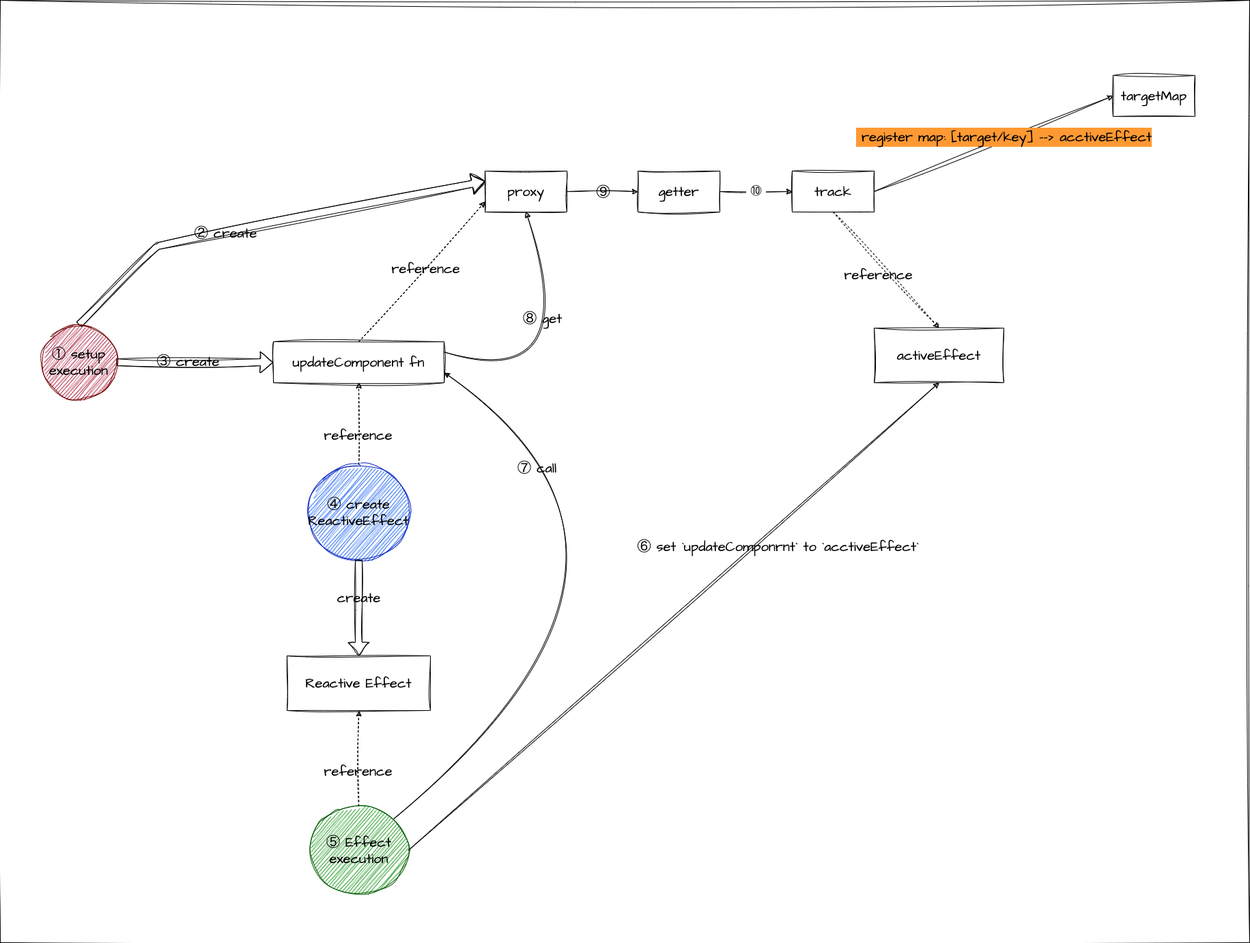
This is book/images/reactivity_create.drawio.png from ubugeeei/chibivue, a draw.io export, as it was before one commit. Source tidied: cells renumbered, new cells last; positions are measured from the earlier drawing's top-left corner, leaving out a move shared by most shapes.
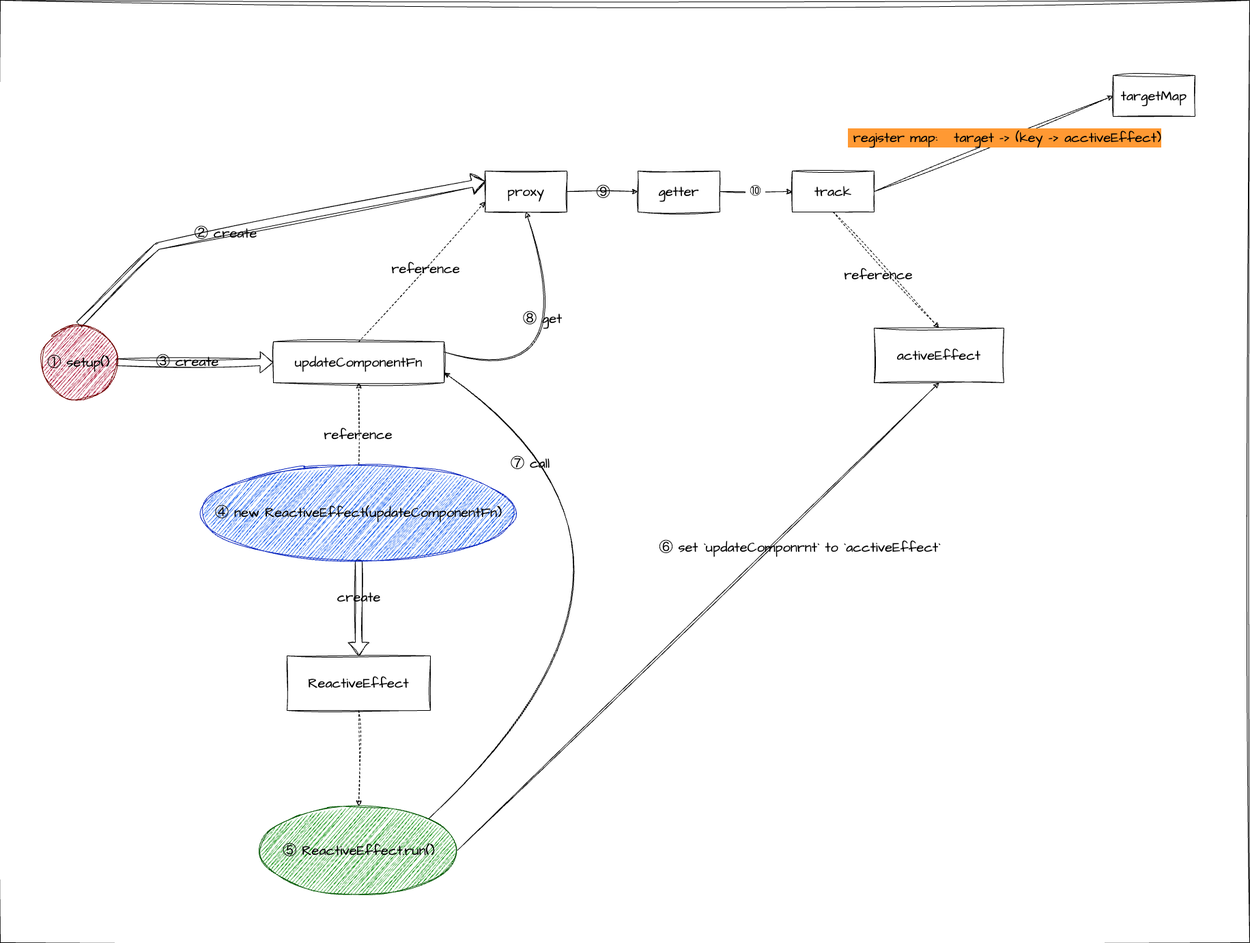
Above is the later version.

Diff of the diagram source:
```diff
@@ -11,7 +11,7 @@
     <mxCell id="4" value="proxy" style="rounded=0;whiteSpace=wrap;html=1;hachureGap=4;fontFamily=Architects Daughter;fontSource=https%3A%2F%2Ffonts.googleapis.com%2Fcss%3Ffamily%3DArchitects%2BDaughter;fontSize=20;sketch=1;curveFitting=1;jiggle=2;" parent="1" vertex="1">
       <mxGeometry x="710" y="250" width="120" height="60" as="geometry" />
     </mxCell>
-    <mxCell id="5" value="updateComponent fn" style="rounded=0;whiteSpace=wrap;html=1;hachureGap=4;fontFamily=Architects Daughter;fontSource=https%3A%2F%2Ffonts.googleapis.com%2Fcss%3Ffamily%3DArchitects%2BDaughter;fontSize=20;sketch=1;curveFitting=1;jiggle=2;labelBackgroundColor=none;fontColor=#000000;" parent="1" vertex="1">
+    <mxCell id="5" value="updateComponentFn" style="rounded=0;whiteSpace=wrap;html=1;hachureGap=4;fontFamily=Architects Daughter;fontSource=https%3A%2F%2Ffonts.googleapis.com%2Fcss%3Ffamily%3DArchitects%2BDaughter;fontSize=20;sketch=1;curveFitting=1;jiggle=2;labelBackgroundColor=none;fontColor=#000000;" parent="1" vertex="1">
       <mxGeometry x="400" y="500" width="250" height="60" as="geometry" />
     </mxCell>
     <mxCell id="6" style="shape=flexArrow;endArrow=classic;html=1;hachureGap=4;fontFamily=Architects Daughter;fontSource=https%3A%2F%2Ffonts.googleapis.com%2Fcss%3Ffamily%3DArchitects%2BDaughter;fontSize=16;fontColor=#FFFFFF;entryX=0;entryY=0.5;entryDx=0;entryDy=0;exitX=1;exitY=0.5;exitDx=0;exitDy=0;sketch=1;curveFitting=1;jiggle=2;" parent="1" edge="1" source="10" target="5">
@@ -32,7 +32,7 @@
         <mxPoint x="135" y="-55" as="offset" />
       </mxGeometry>
     </mxCell>
-    <mxCell id="10" value="&lt;font color=&quot;#000000&quot;&gt;① setup execution&lt;/font&gt;" style="ellipse;whiteSpace=wrap;html=1;hachureGap=4;fontFamily=Architects Daughter;fontSource=https%3A%2F%2Ffonts.googleapis.com%2Fcss%3Ffamily%3DArchitects%2BDaughter;fontSize=20;fontColor=#ffffff;fillColor=#a20025;strokeColor=#6F0000;sketch=1;curveFitting=1;jiggle=2;" parent="1" vertex="1">
+    <mxCell id="10" value="&lt;font color=&quot;#000000&quot;&gt;① setup()&lt;/font&gt;" style="ellipse;whiteSpace=wrap;html=1;hachureGap=4;fontFamily=Architects Daughter;fontSource=https%3A%2F%2Ffonts.googleapis.com%2Fcss%3Ffamily%3DArchitects%2BDaughter;fontSize=20;fontColor=#ffffff;fillColor=#a20025;strokeColor=#6F0000;sketch=1;curveFitting=1;jiggle=2;" parent="1" vertex="1">
       <mxGeometry x="60" y="475" width="110" height="110" as="geometry" />
     </mxCell>
     <mxCell id="11" style="endArrow=classic;html=1;hachureGap=4;fontFamily=Architects Daughter;fontSource=https%3A%2F%2Ffonts.googleapis.com%2Fcss%3Ffamily%3DArchitects%2BDaughter;fontSize=16;fontColor=#FFFFFF;exitX=0.5;exitY=0;exitDx=0;exitDy=0;entryX=0;entryY=0.75;entryDx=0;entryDy=0;dashed=1;sketch=1;curveFitting=1;jiggle=2;" parent="1" edge="1" source="5" target="4">
@@ -41,15 +41,12 @@
     <mxCell id="12" value="reference" style="edgeLabel;html=1;align=center;verticalAlign=middle;fontSize=20;fontFamily=Architects Daughter;fontColor=#000000;sketch=1;curveFitting=1;jiggle=2;labelBackgroundColor=none;" parent="11" vertex="1">
       <mxGeometry x="0.05" relative="1" as="geometry" />
     </mxCell>
-    <mxCell id="13" value="Reactive Effect" style="whiteSpace=wrap;html=1;hachureGap=4;fontFamily=Architects Daughter;fontSource=https%3A%2F%2Ffonts.googleapis.com%2Fcss%3Ffamily%3DArchitects%2BDaughter;fontSize=20;fontColor=#000000;sketch=1;curveFitting=1;jiggle=2;labelBackgroundColor=none;" parent="1" vertex="1">
+    <mxCell id="13" value="ReactiveEffect" style="whiteSpace=wrap;html=1;hachureGap=4;fontFamily=Architects Daughter;fontSource=https%3A%2F%2Ffonts.googleapis.com%2Fcss%3Ffamily%3DArchitects%2BDaughter;fontSize=20;fontColor=#000000;sketch=1;curveFitting=1;jiggle=2;labelBackgroundColor=none;" parent="1" vertex="1">
       <mxGeometry x="420" y="960" width="210" height="80" as="geometry" />
     </mxCell>
     <mxCell id="14" value="getter&lt;span style=&quot;color: rgba(0, 0, 0, 0); font-family: monospace; font-size: 0px; text-align: start;&quot;&gt;%3CmxGraphModel%3E%3Croot%3E%3CmxCell%20id%3D%220%22%2F%3E%3CmxCell%20id%3D%221%22%20parent%3D%220%22%2F%3E%3CmxCell%20id%3D%222%22%20value%3D%22track%22%20style%3D%22rounded%3D0%3BwhiteSpace%3Dwrap%3Bhtml%3D1%3Bsketch%3D1%3BhachureGap%3D4%3Bjiggle%3D2%3BcurveFitting%3D1%3BfontFamily%3DArchitects%20Daughter%3BfontSource%3Dhttps%253A%252F%252Ffonts.googleapis.com%252Fcss%253Ffamily%253DArchitects%252BDaughter%3BfontSize%3D20%3B%22%20vertex%3D%221%22%20parent%3D%221%22%3E%3CmxGeometry%20x%3D%22460%22%20y%3D%22-120%22%20width%3D%22120%22%20height%3D%2260%22%20as%3D%22geometry%22%2F%3E%3C%2FmxCell%3E%3C%2Froot%3E%3C%2FmxGraphModel%3Ewe&lt;/span&gt;" style="rounded=0;whiteSpace=wrap;html=1;hachureGap=4;fontFamily=Architects Daughter;fontSource=https%3A%2F%2Ffonts.googleapis.com%2Fcss%3Ffamily%3DArchitects%2BDaughter;fontSize=20;sketch=1;curveFitting=1;jiggle=2;" parent="1" vertex="1">
       <mxGeometry x="934" y="250" width="120" height="60" as="geometry" />
     </mxCell>
-    <mxCell id="15" value="&lt;font color=&quot;#000000&quot;&gt;④ create ReactiveEffect&lt;/font&gt;" style="ellipse;whiteSpace=wrap;html=1;hachureGap=4;fontFamily=Architects Daughter;fontSource=https%3A%2F%2Ffonts.googleapis.com%2Fcss%3Ffamily%3DArchitects%2BDaughter;fontSize=20;fontColor=#ffffff;fillColor=#0050ef;strokeColor=#001DBC;sketch=1;curveFitting=1;jiggle=2;" parent="1" vertex="1">
-      <mxGeometry x="450" y="680" width="150" height="140" as="geometry" />
-    </mxCell>
     <mxCell id="16" style="endArrow=classic;html=1;dashed=1;hachureGap=4;fontFamily=Architects Daughter;fontSource=https%3A%2F%2Ffonts.googleapis.com%2Fcss%3Ffamily%3DArchitects%2BDaughter;fontSize=16;fontColor=#FFFFFF;entryX=0.5;entryY=1;entryDx=0;entryDy=0;exitX=0.5;exitY=0;exitDx=0;exitDy=0;sketch=1;curveFitting=1;jiggle=2;" parent="1" edge="1" source="15" target="5">
       <mxGeometry relative="1" as="geometry" />
     </mxCell>
@@ -73,7 +70,7 @@
     <mxCell id="22" style="endArrow=classic;html=1;hachureGap=4;fontFamily=Architects Daughter;fontSource=https%3A%2F%2Ffonts.googleapis.com%2Fcss%3Ffamily%3DArchitects%2BDaughter;fontSize=16;fontColor=#FFFFFF;exitX=1;exitY=0.5;exitDx=0;exitDy=0;entryX=0;entryY=0.5;entryDx=0;entryDy=0;sketch=1;curveFitting=1;jiggle=2;" parent="1" edge="1" source="3" target="21">
       <mxGeometry relative="1" as="geometry" />
     </mxCell>
-    <mxCell id="23" value="&lt;span style=&quot;background-color: rgb(255, 153, 51);&quot;&gt;&lt;font color=&quot;#000000&quot;&gt;&amp;nbsp;register map: [target/key] --&amp;gt; acctiveEffect&lt;/font&gt;&lt;br&gt;&lt;/span&gt;" style="edgeLabel;html=1;align=center;verticalAlign=middle;fontSize=20;fontFamily=Architects Daughter;fontColor=#FFFFFF;sketch=1;curveFitting=1;jiggle=2;" parent="22" vertex="1">
+    <mxCell id="23" value="&lt;span style=&quot;background-color: rgb(255, 153, 51);&quot;&gt;&lt;font color=&quot;#000000&quot;&gt;&amp;nbsp;register map:&amp;nbsp; &amp;nbsp;target -&amp;gt; (key -&amp;gt; acctiveEffect)&lt;/font&gt;&lt;br&gt;&lt;/span&gt;" style="edgeLabel;html=1;align=center;verticalAlign=middle;fontSize=20;fontFamily=Architects Daughter;fontColor=#FFFFFF;sketch=1;curveFitting=1;jiggle=2;" parent="22" vertex="1">
       <mxGeometry x="-0.01" relative="1" as="geometry">
         <mxPoint x="17" y="-11" as="offset" />
       </mxGeometry>
@@ -84,15 +81,6 @@
     <mxCell id="25" value="&amp;nbsp;⑨&amp;nbsp;" style="edgeLabel;html=1;align=center;verticalAlign=middle;fontSize=20;fontFamily=Architects Daughter;fontColor=#000000;labelBackgroundColor=none;" parent="24" vertex="1">
       <mxGeometry relative="1" as="geometry" />
     </mxCell>
-    <mxCell id="26" value="&lt;font color=&quot;#000000&quot;&gt;⑤ Effect execution&lt;/font&gt;" style="ellipse;whiteSpace=wrap;html=1;hachureGap=4;fontFamily=Architects Daughter;fontSource=https%3A%2F%2Ffonts.googleapis.com%2Fcss%3Ffamily%3DArchitects%2BDaughter;fontSize=20;fontColor=#ffffff;fillColor=#008a00;strokeColor=#005700;sketch=1;curveFitting=1;jiggle=2;" parent="1" vertex="1">
-      <mxGeometry x="452.5" y="1180" width="145" height="130" as="geometry" />
-    </mxCell>
-    <mxCell id="27" style="endArrow=classic;html=1;dashed=1;hachureGap=4;fontFamily=Architects Daughter;fontSource=https%3A%2F%2Ffonts.googleapis.com%2Fcss%3Ffamily%3DArchitects%2BDaughter;fontSize=16;fontColor=#FFFFFF;entryX=0.5;entryY=1;entryDx=0;entryDy=0;sketch=1;curveFitting=1;jiggle=2;" parent="1" edge="1" source="26" target="13">
-      <mxGeometry relative="1" as="geometry" />
-    </mxCell>
-    <mxCell id="28" value="reference" style="edgeLabel;html=1;align=center;verticalAlign=middle;fontSize=20;fontFamily=Architects Daughter;fontColor=#000000;sketch=1;curveFitting=1;jiggle=2;labelBackgroundColor=none;" parent="27" vertex="1">
-      <mxGeometry x="-0.26" y="2" relative="1" as="geometry" />
-    </mxCell>
     <mxCell id="29" style="curved=1;endArrow=classic;html=1;hachureGap=4;fontFamily=Architects Daughter;fontSource=https%3A%2F%2Ffonts.googleapis.com%2Fcss%3Ffamily%3DArchitects%2BDaughter;fontSize=16;fontColor=#FFFFFF;exitX=1;exitY=0;exitDx=0;exitDy=0;entryX=1;entryY=0.75;entryDx=0;entryDy=0;sketch=1;curveFitting=1;jiggle=2;" parent="1" edge="1" source="26" target="5">
       <mxGeometry relative="1" as="geometry">
         <Array as="points">
@@ -136,5 +124,14 @@
     <mxCell id="37" style="swimlane;startSize=0;sketch=1;hachureGap=4;jiggle=2;curveFitting=1;fontFamily=Architects Daughter;fontSource=https%3A%2F%2Ffonts.googleapis.com%2Fcss%3Ffamily%3DArchitects%2BDaughter;fontSize=20;" parent="1" vertex="1">
       <mxGeometry width="1830" height="1380" as="geometry" />
     </mxCell>
+    <mxCell id="15" value="&lt;font color=&quot;#000000&quot;&gt;④ new ReactiveEffect(&lt;/font&gt;&lt;span style=&quot;color: rgb(0, 0, 0);&quot;&gt;updateComponentFn&lt;/span&gt;&lt;font color=&quot;#000000&quot;&gt;)&lt;/font&gt;" style="ellipse;whiteSpace=wrap;html=1;hachureGap=4;fontFamily=Architects Daughter;fontSource=https%3A%2F%2Ffonts.googleapis.com%2Fcss%3Ffamily%3DArchitects%2BDaughter;fontSize=20;fontColor=#ffffff;fillColor=#0050ef;strokeColor=#001DBC;sketch=1;curveFitting=1;jiggle=2;" parent="37" vertex="1">
+      <mxGeometry x="295" y="680" width="460" height="140" as="geometry" />
+    </mxCell>
+    <mxCell id="26" value="&lt;font color=&quot;#000000&quot;&gt;⑤&amp;nbsp;&lt;/font&gt;&lt;span style=&quot;color: rgb(0, 0, 0);&quot;&gt;ReactiveEffect&lt;/span&gt;&lt;font color=&quot;#000000&quot;&gt;.run()&lt;/font&gt;" style="ellipse;whiteSpace=wrap;html=1;hachureGap=4;fontFamily=Architects Daughter;fontSource=https%3A%2F%2Ffonts.googleapis.com%2Fcss%3Ffamily%3DArchitects%2BDaughter;fontSize=20;fontColor=#ffffff;fillColor=#008a00;strokeColor=#005700;sketch=1;curveFitting=1;jiggle=2;" parent="37" vertex="1">
+      <mxGeometry x="380.6" y="1180" width="288.8" height="130" as="geometry" />
+    </mxCell>
+    <mxCell id="27" style="endArrow=classic;html=1;dashed=1;hachureGap=4;fontFamily=Architects Daughter;fontSource=https%3A%2F%2Ffonts.googleapis.com%2Fcss%3Ffamily%3DArchitects%2BDaughter;fontSize=16;fontColor=#FFFFFF;sketch=1;curveFitting=1;jiggle=2;exitX=0.5;exitY=1;exitDx=0;exitDy=0;" parent="1" edge="1" source="13" target="26">
+      <mxGeometry relative="1" as="geometry" />
+    </mxCell>
   </root>
 </mxGraphModel>
```
